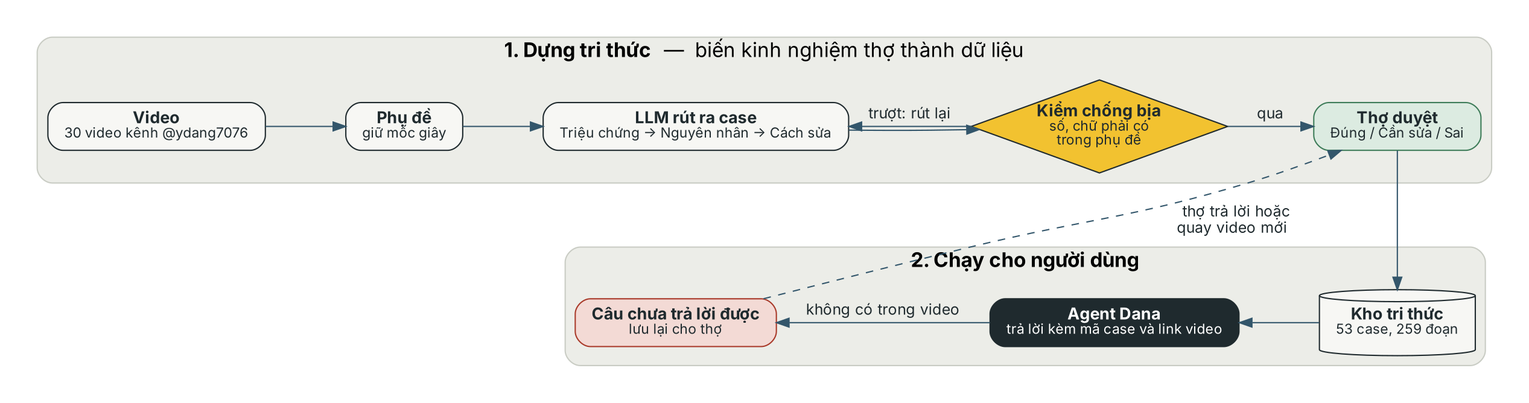
The Graphviz diagram dxa-automative-agent_dana/docs/pipeline.png in ydangishere/dev-projects, before a commit. Its source is kept beside it as dxa-automative-agent_dana/docs/pipeline.dot.
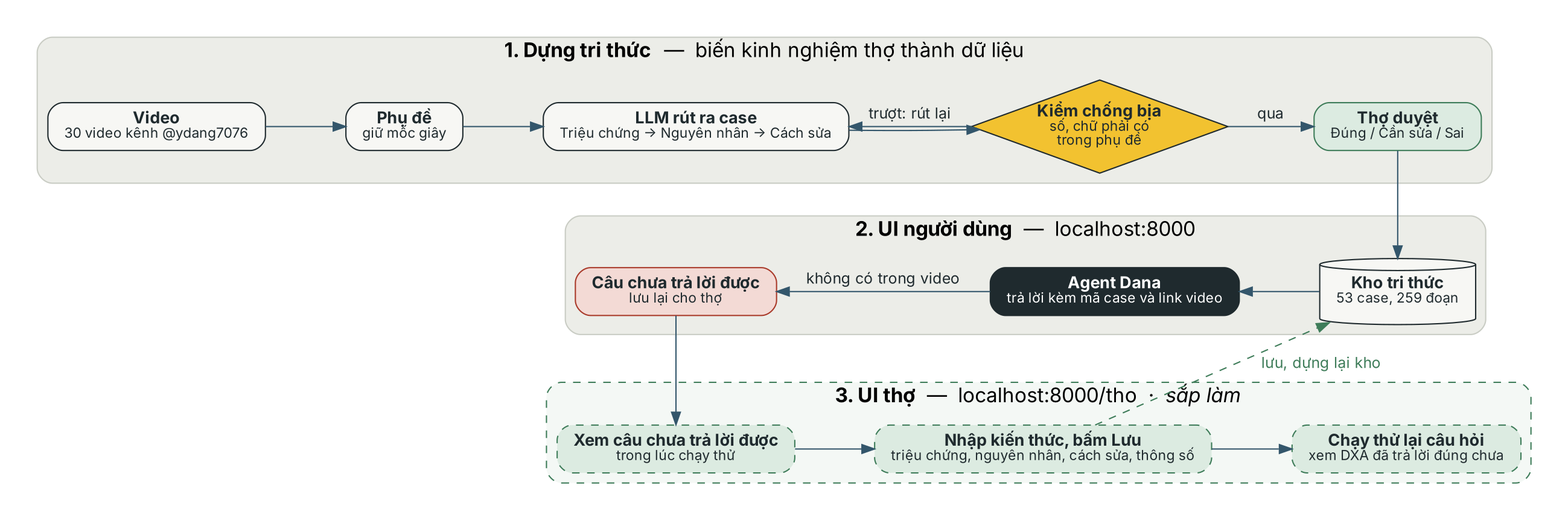
The same file after the commit.

Commit message:
docs(dxa-dana): add planned expert UI loop to pipeline diagram (#5)

Shows two UIs: user UI (localhost:8000) and planned expert UI
(localhost:8000/tho) where the mechanic reviews unanswered questions,
adds knowledge, saves (rebuilds the store) and re-runs the question.


Claude-Session: https://claude.ai/code/session_0152qqw8eysgfoqM9B2gDnvR

What changed in the source:
```diff
@@ -13,14 +13,22 @@
   }
 
   subgraph cluster_run {
-    label=<<b>2. Chạy cho người dùng</b>>; style="rounded,filled"; fillcolor="#ECEDE8"; color="#C9CCC4";
+    label=<<b>2. UI người dùng</b>  —  localhost:8000>; style="rounded,filled"; fillcolor="#ECEDE8"; color="#C9CCC4";
     K [label=<<b>Kho tri thức</b><br/><font point-size="11">53 case, 259 đoạn</font>>, shape=cylinder, style="filled"];
     A [label=<<b>Agent Dana</b><br/><font point-size="11">trả lời kèm mã case và link video</font>>, fillcolor="#1F2A2E", fontcolor="white"];
     U [label=<<b>Câu chưa trả lời được</b><br/><font point-size="11">lưu lại cho thợ</font>>, fillcolor="#F3DAD5", color="#A93A2A"];
   }
 
+  subgraph cluster_expert {
+    label=<<b>3. UI thợ</b>  —  localhost:8000/tho  ·  <i>sắp làm</i>>; style="rounded,filled,dashed"; fillcolor="#F4F8F5"; color="#3E7C59";
+    E1 [label=<<b>Xem câu chưa trả lời được</b><br/><font point-size="11">trong lúc chạy thử</font>>, style="rounded,filled,dashed", fillcolor="#DCEBE1", color="#3E7C59"];
+    E2 [label=<<b>Nhập kiến thức, bấm Lưu</b><br/><font point-size="11">triệu chứng, nguyên nhân, cách sửa, thông số</font>>, style="rounded,filled,dashed", fillcolor="#DCEBE1", color="#3E7C59"];
+    E3 [label=<<b>Chạy thử lại câu hỏi</b><br/><font point-size="11">xem DXA đã trả lời đúng chưa</font>>, style="rounded,filled,dashed", fillcolor="#DCEBE1", color="#3E7C59"];
+  }
+
   { rank=same; V; P; L; C; T; }
   { rank=same; K; A; U; }
+  { rank=same; E1; E2; E3; }
 
   V -> P -> L -> C;
   C -> T [label="  qua  "];
@@ -28,5 +36,7 @@
   T -> K;
   A -> K [dir=back];
   U -> A [dir=back, label="  không có trong video  "];
-  U -> T [style=dashed, label="  thợ trả lời hoặc\n  quay video mới  ", constraint=false];
+  U -> E1;
+  E1 -> E2 -> E3;
+  E2 -> K [style=dashed, color="#3E7C59", fontcolor="#3E7C59", label="  lưu, dựng lại kho  ", constraint=false];
 }
```
